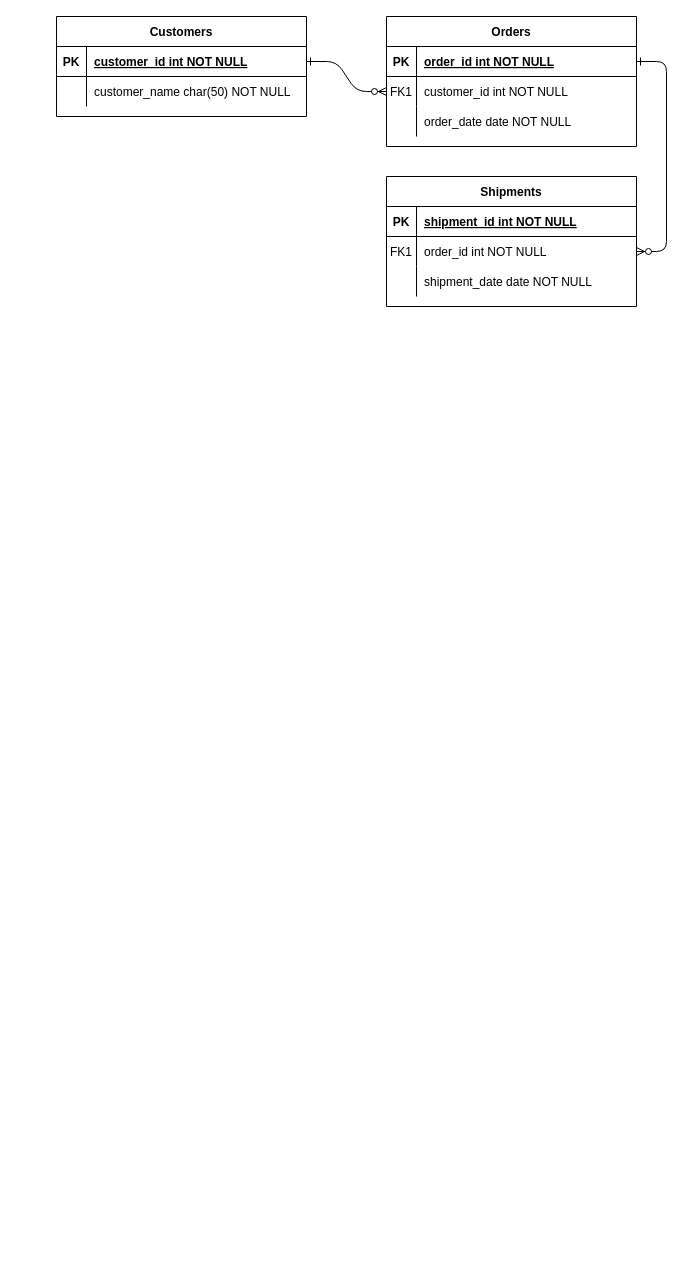
The draw.io diagram Untitled Diagram.drawio in RewardedOne/hello-wrld, before the edit. Source tidied: cells renumbered, new cells numbered last; positions are measured from the earlier drawing's top-left corner, leaving out a move shared by most shapes. Both pictures are drawn from the tidied source at 100%, with x=0, y=0 at pixel (56, 16).
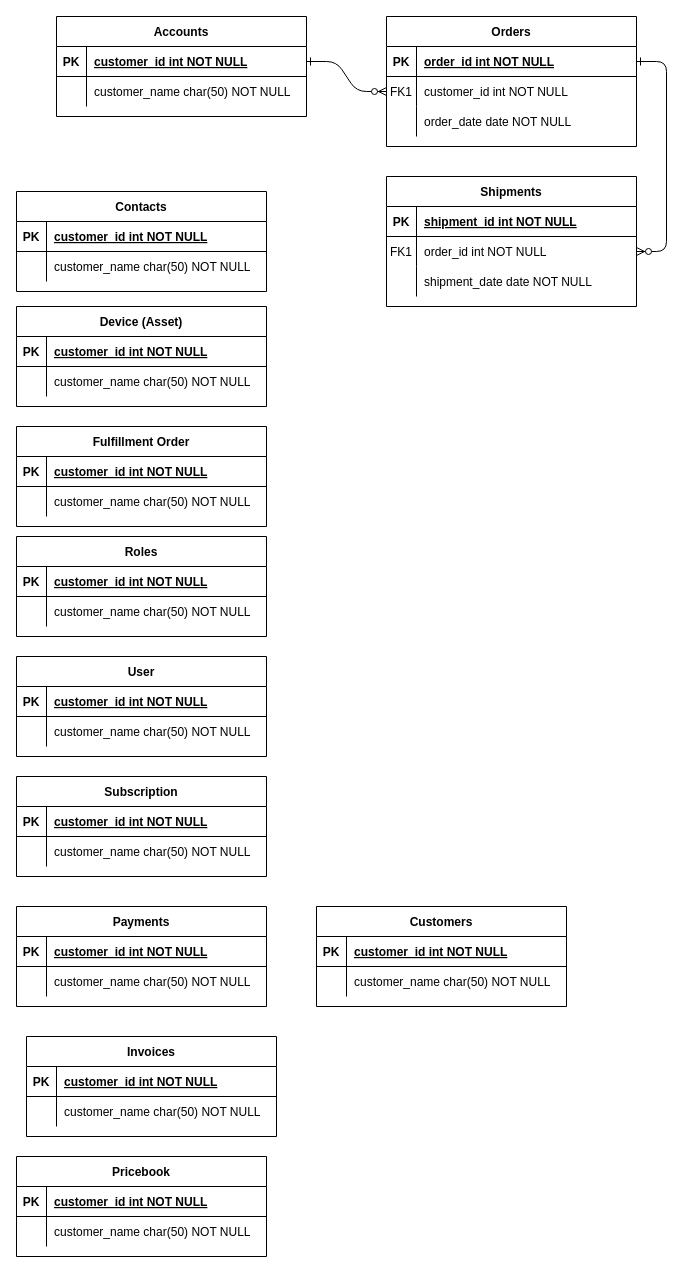
The same diagram, later.

The edit, as a diff of the source:
```diff
@@
-    <mxCell id="24" value="Customers" style="shape=table;startSize=30;childLayout=tableLayout;rowLines=0;fontStyle=1;align=center;" parent="1" vertex="1">
+    <mxCell id="24" value="Accounts" style="shape=table;startSize=30;childLayout=tableLayout;rowLines=0;fontStyle=1;align=center;" parent="1" vertex="1">
       <mxGeometry width="250" height="100" as="geometry" />
     </mxCell>
@@
+    <mxCell id="31" value="Subscription" style="shape=table;startSize=30;childLayout=tableLayout;rowLines=0;fontStyle=1;align=center;" parent="1" vertex="1">
+      <mxGeometry x="-40" y="760" width="250" height="100" as="geometry" />
+    </mxCell>
+    <mxCell id="32" style="shape=partialRectangle;fillColor=none;top=0;left=0;right=0;bottom=1;" parent="31" vertex="1">
+      <mxGeometry y="30" width="250" height="30" as="geometry" />
+    </mxCell>
+    <mxCell id="33" value="PK" style="shape=partialRectangle;overflow=hidden;fillColor=none;top=0;left=0;bottom=0;right=0;fontStyle=1;" parent="32" vertex="1">
+      <mxGeometry width="30" height="30" as="geometry" />
+    </mxCell>
+    <mxCell id="34" value="customer_id int NOT NULL " style="shape=partialRectangle;overflow=hidden;fillColor=none;top=0;left=0;bottom=0;right=0;align=left;spacingLeft=6;fontStyle=5;" parent="32" vertex="1">
+      <mxGeometry x="30" width="220" height="30" as="geometry" />
+    </mxCell>
+    <mxCell id="35" style="shape=partialRectangle;fillColor=none;top=0;left=0;right=0;bottom=0;" parent="31" vertex="1">
+      <mxGeometry y="60" width="250" height="30" as="geometry" />
+    </mxCell>
+    <mxCell id="36" style="shape=partialRectangle;overflow=hidden;fillColor=none;top=0;left=0;bottom=0;right=0;" parent="35" vertex="1">
+      <mxGeometry width="30" height="30" as="geometry" />
+    </mxCell>
+    <mxCell id="37" value="customer_name char(50) NOT NULL" style="shape=partialRectangle;overflow=hidden;fillColor=none;top=0;left=0;bottom=0;right=0;align=left;spacingLeft=6;" parent="35" vertex="1">
+      <mxGeometry x="30" width="220" height="30" as="geometry" />
+    </mxCell>
+    <mxCell id="38" value="User" style="shape=table;startSize=30;childLayout=tableLayout;rowLines=0;fontStyle=1;align=center;" parent="1" vertex="1">
+      <mxGeometry x="-40" y="640" width="250" height="100" as="geometry" />
+    </mxCell>
+    <mxCell id="39" style="shape=partialRectangle;fillColor=none;top=0;left=0;right=0;bottom=1;" parent="38" vertex="1">
+      <mxGeometry y="30" width="250" height="30" as="geometry" />
+    </mxCell>
+    <mxCell id="40" value="PK" style="shape=partialRectangle;overflow=hidden;fillColor=none;top=0;left=0;bottom=0;right=0;fontStyle=1;" parent="39" vertex="1">
+      <mxGeometry width="30" height="30" as="geometry" />
+    </mxCell>
+    <mxCell id="41" value="customer_id int NOT NULL " style="shape=partialRectangle;overflow=hidden;fillColor=none;top=0;left=0;bottom=0;right=0;align=left;spacingLeft=6;fontStyle=5;" parent="39" vertex="1">
+      <mxGeometry x="30" width="220" height="30" as="geometry" />
+    </mxCell>
+    <mxCell id="42" style="shape=partialRectangle;fillColor=none;top=0;left=0;right=0;bottom=0;" parent="38" vertex="1">
+      <mxGeometry y="60" width="250" height="30" as="geometry" />
+    </mxCell>
+    <mxCell id="43" style="shape=partialRectangle;overflow=hidden;fillColor=none;top=0;left=0;bottom=0;right=0;" parent="42" vertex="1">
+      <mxGeometry width="30" height="30" as="geometry" />
+    </mxCell>
+    <mxCell id="44" value="customer_name char(50) NOT NULL" style="shape=partialRectangle;overflow=hidden;fillColor=none;top=0;left=0;bottom=0;right=0;align=left;spacingLeft=6;" parent="42" vertex="1">
+      <mxGeometry x="30" width="220" height="30" as="geometry" />
+    </mxCell>
+    <mxCell id="45" value="Roles" style="shape=table;startSize=30;childLayout=tableLayout;rowLines=0;fontStyle=1;align=center;" parent="1" vertex="1">
+      <mxGeometry x="-40" y="520" width="250" height="100" as="geometry" />
+    </mxCell>
+    <mxCell id="46" style="shape=partialRectangle;fillColor=none;top=0;left=0;right=0;bottom=1;" parent="45" vertex="1">
+      <mxGeometry y="30" width="250" height="30" as="geometry" />
+    </mxCell>
+    <mxCell id="47" value="PK" style="shape=partialRectangle;overflow=hidden;fillColor=none;top=0;left=0;bottom=0;right=0;fontStyle=1;" parent="46" vertex="1">
+      <mxGeometry width="30" height="30" as="geometry" />
+    </mxCell>
+    <mxCell id="48" value="customer_id int NOT NULL " style="shape=partialRectangle;overflow=hidden;fillColor=none;top=0;left=0;bottom=0;right=0;align=left;spacingLeft=6;fontStyle=5;" parent="46" vertex="1">
+      <mxGeometry x="30" width="220" height="30" as="geometry" />
+    </mxCell>
+    <mxCell id="49" style="shape=partialRectangle;fillColor=none;top=0;left=0;right=0;bottom=0;" parent="45" vertex="1">
+      <mxGeometry y="60" width="250" height="30" as="geometry" />
+    </mxCell>
+    <mxCell id="50" style="shape=partialRectangle;overflow=hidden;fillColor=none;top=0;left=0;bottom=0;right=0;" parent="49" vertex="1">
+      <mxGeometry width="30" height="30" as="geometry" />
+    </mxCell>
+    <mxCell id="51" value="customer_name char(50) NOT NULL" style="shape=partialRectangle;overflow=hidden;fillColor=none;top=0;left=0;bottom=0;right=0;align=left;spacingLeft=6;" parent="49" vertex="1">
+      <mxGeometry x="30" width="220" height="30" as="geometry" />
+    </mxCell>
+    <mxCell id="52" value="Contacts" style="shape=table;startSize=30;childLayout=tableLayout;rowLines=0;fontStyle=1;align=center;" parent="1" vertex="1">
+      <mxGeometry x="-40" y="175" width="250" height="100" as="geometry" />
+    </mxCell>
+    <mxCell id="53" style="shape=partialRectangle;fillColor=none;top=0;left=0;right=0;bottom=1;" parent="52" vertex="1">
+      <mxGeometry y="30" width="250" height="30" as="geometry" />
+    </mxCell>
+    <mxCell id="54" value="PK" style="shape=partialRectangle;overflow=hidden;fillColor=none;top=0;left=0;bottom=0;right=0;fontStyle=1;" parent="53" vertex="1">
+      <mxGeometry width="30" height="30" as="geometry" />
+    </mxCell>
+    <mxCell id="55" value="customer_id int NOT NULL " style="shape=partialRectangle;overflow=hidden;fillColor=none;top=0;left=0;bottom=0;right=0;align=left;spacingLeft=6;fontStyle=5;" parent="53" vertex="1">
+      <mxGeometry x="30" width="220" height="30" as="geometry" />
+    </mxCell>
+    <mxCell id="56" style="shape=partialRectangle;fillColor=none;top=0;left=0;right=0;bottom=0;" parent="52" vertex="1">
+      <mxGeometry y="60" width="250" height="30" as="geometry" />
+    </mxCell>
+    <mxCell id="57" style="shape=partialRectangle;overflow=hidden;fillColor=none;top=0;left=0;bottom=0;right=0;" parent="56" vertex="1">
+      <mxGeometry width="30" height="30" as="geometry" />
+    </mxCell>
+    <mxCell id="58" value="customer_name char(50) NOT NULL" style="shape=partialRectangle;overflow=hidden;fillColor=none;top=0;left=0;bottom=0;right=0;align=left;spacingLeft=6;" parent="56" vertex="1">
+      <mxGeometry x="30" width="220" height="30" as="geometry" />
+    </mxCell>
+    <mxCell id="59" value="Device (Asset)" style="shape=table;startSize=30;childLayout=tableLayout;rowLines=0;fontStyle=1;align=center;" parent="1" vertex="1">
+      <mxGeometry x="-40" y="290" width="250" height="100" as="geometry" />
+    </mxCell>
+    <mxCell id="60" style="shape=partialRectangle;fillColor=none;top=0;left=0;right=0;bottom=1;" parent="59" vertex="1">
+      <mxGeometry y="30" width="250" height="30" as="geometry" />
+    </mxCell>
+    <mxCell id="61" value="PK" style="shape=partialRectangle;overflow=hidden;fillColor=none;top=0;left=0;bottom=0;right=0;fontStyle=1;" parent="60" vertex="1">
+      <mxGeometry width="30" height="30" as="geometry" />
+    </mxCell>
+    <mxCell id="62" value="customer_id int NOT NULL " style="shape=partialRectangle;overflow=hidden;fillColor=none;top=0;left=0;bottom=0;right=0;align=left;spacingLeft=6;fontStyle=5;" parent="60" vertex="1">
+      <mxGeometry x="30" width="220" height="30" as="geometry" />
+    </mxCell>
+    <mxCell id="63" style="shape=partialRectangle;fillColor=none;top=0;left=0;right=0;bottom=0;" parent="59" vertex="1">
+      <mxGeometry y="60" width="250" height="30" as="geometry" />
+    </mxCell>
+    <mxCell id="64" style="shape=partialRectangle;overflow=hidden;fillColor=none;top=0;left=0;bottom=0;right=0;" parent="63" vertex="1">
+      <mxGeometry width="30" height="30" as="geometry" />
+    </mxCell>
+    <mxCell id="65" value="customer_name char(50) NOT NULL" style="shape=partialRectangle;overflow=hidden;fillColor=none;top=0;left=0;bottom=0;right=0;align=left;spacingLeft=6;" parent="63" vertex="1">
+      <mxGeometry x="30" width="220" height="30" as="geometry" />
+    </mxCell>
+    <mxCell id="66" value="Fulfillment Order" style="shape=table;startSize=30;childLayout=tableLayout;rowLines=0;fontStyle=1;align=center;" parent="1" vertex="1">
+      <mxGeometry x="-40" y="410" width="250" height="100" as="geometry" />
+    </mxCell>
+    <mxCell id="67" style="shape=partialRectangle;fillColor=none;top=0;left=0;right=0;bottom=1;" parent="66" vertex="1">
+      <mxGeometry y="30" width="250" height="30" as="geometry" />
+    </mxCell>
+    <mxCell id="68" value="PK" style="shape=partialRectangle;overflow=hidden;fillColor=none;top=0;left=0;bottom=0;right=0;fontStyle=1;" parent="67" vertex="1">
+      <mxGeometry width="30" height="30" as="geometry" />
+    </mxCell>
+    <mxCell id="69" value="customer_id int NOT NULL " style="shape=partialRectangle;overflow=hidden;fillColor=none;top=0;left=0;bottom=0;right=0;align=left;spacingLeft=6;fontStyle=5;" parent="67" vertex="1">
+      <mxGeometry x="30" width="220" height="30" as="geometry" />
+    </mxCell>
+    <mxCell id="70" style="shape=partialRectangle;fillColor=none;top=0;left=0;right=0;bottom=0;" parent="66" vertex="1">
+      <mxGeometry y="60" width="250" height="30" as="geometry" />
+    </mxCell>
+    <mxCell id="71" style="shape=partialRectangle;overflow=hidden;fillColor=none;top=0;left=0;bottom=0;right=0;" parent="70" vertex="1">
+      <mxGeometry width="30" height="30" as="geometry" />
+    </mxCell>
+    <mxCell id="72" value="customer_name char(50) NOT NULL" style="shape=partialRectangle;overflow=hidden;fillColor=none;top=0;left=0;bottom=0;right=0;align=left;spacingLeft=6;" parent="70" vertex="1">
+      <mxGeometry x="30" width="220" height="30" as="geometry" />
+    </mxCell>
+    <mxCell id="73" value="Payments" style="shape=table;startSize=30;childLayout=tableLayout;rowLines=0;fontStyle=1;align=center;" parent="1" vertex="1">
+      <mxGeometry x="-40" y="890" width="250" height="100" as="geometry" />
+    </mxCell>
+    <mxCell id="74" style="shape=partialRectangle;fillColor=none;top=0;left=0;right=0;bottom=1;" parent="73" vertex="1">
+      <mxGeometry y="30" width="250" height="30" as="geometry" />
+    </mxCell>
+    <mxCell id="75" value="PK" style="shape=partialRectangle;overflow=hidden;fillColor=none;top=0;left=0;bottom=0;right=0;fontStyle=1;" parent="74" vertex="1">
+      <mxGeometry width="30" height="30" as="geometry" />
+    </mxCell>
+    <mxCell id="76" value="customer_id int NOT NULL " style="shape=partialRectangle;overflow=hidden;fillColor=none;top=0;left=0;bottom=0;right=0;align=left;spacingLeft=6;fontStyle=5;" parent="74" vertex="1">
+      <mxGeometry x="30" width="220" height="30" as="geometry" />
+    </mxCell>
+    <mxCell id="77" style="shape=partialRectangle;fillColor=none;top=0;left=0;right=0;bottom=0;" parent="73" vertex="1">
+      <mxGeometry y="60" width="250" height="30" as="geometry" />
+    </mxCell>
+    <mxCell id="78" style="shape=partialRectangle;overflow=hidden;fillColor=none;top=0;left=0;bottom=0;right=0;" parent="77" vertex="1">
+      <mxGeometry width="30" height="30" as="geometry" />
+    </mxCell>
+    <mxCell id="79" value="customer_name char(50) NOT NULL" style="shape=partialRectangle;overflow=hidden;fillColor=none;top=0;left=0;bottom=0;right=0;align=left;spacingLeft=6;" parent="77" vertex="1">
+      <mxGeometry x="30" width="220" height="30" as="geometry" />
+    </mxCell>
+    <mxCell id="80" value="Invoices" style="shape=table;startSize=30;childLayout=tableLayout;rowLines=0;fontStyle=1;align=center;" parent="1" vertex="1">
+      <mxGeometry x="-30" y="1020" width="250" height="100" as="geometry" />
+    </mxCell>
+    <mxCell id="81" style="shape=partialRectangle;fillColor=none;top=0;left=0;right=0;bottom=1;" parent="80" vertex="1">
+      <mxGeometry y="30" width="250" height="30" as="geometry" />
+    </mxCell>
+    <mxCell id="82" value="PK" style="shape=partialRectangle;overflow=hidden;fillColor=none;top=0;left=0;bottom=0;right=0;fontStyle=1;" parent="81" vertex="1">
+      <mxGeometry width="30" height="30" as="geometry" />
+    </mxCell>
+    <mxCell id="83" value="customer_id int NOT NULL " style="shape=partialRectangle;overflow=hidden;fillColor=none;top=0;left=0;bottom=0;right=0;align=left;spacingLeft=6;fontStyle=5;" parent="81" vertex="1">
+      <mxGeometry x="30" width="220" height="30" as="geometry" />
+    </mxCell>
+    <mxCell id="84" style="shape=partialRectangle;fillColor=none;top=0;left=0;right=0;bottom=0;" parent="80" vertex="1">
+      <mxGeometry y="60" width="250" height="30" as="geometry" />
+    </mxCell>
+    <mxCell id="85" style="shape=partialRectangle;overflow=hidden;fillColor=none;top=0;left=0;bottom=0;right=0;" parent="84" vertex="1">
+      <mxGeometry width="30" height="30" as="geometry" />
+    </mxCell>
+    <mxCell id="86" value="customer_name char(50) NOT NULL" style="shape=partialRectangle;overflow=hidden;fillColor=none;top=0;left=0;bottom=0;right=0;align=left;spacingLeft=6;" parent="84" vertex="1">
+      <mxGeometry x="30" width="220" height="30" as="geometry" />
+    </mxCell>
+    <mxCell id="87" value="Customers" style="shape=table;startSize=30;childLayout=tableLayout;rowLines=0;fontStyle=1;align=center;" parent="1" vertex="1">
+      <mxGeometry x="260" y="890" width="250" height="100" as="geometry" />
+    </mxCell>
+    <mxCell id="88" style="shape=partialRectangle;fillColor=none;top=0;left=0;right=0;bottom=1;" parent="87" vertex="1">
+      <mxGeometry y="30" width="250" height="30" as="geometry" />
+    </mxCell>
+    <mxCell id="89" value="PK" style="shape=partialRectangle;overflow=hidden;fillColor=none;top=0;left=0;bottom=0;right=0;fontStyle=1;" parent="88" vertex="1">
+      <mxGeometry width="30" height="30" as="geometry" />
+    </mxCell>
+    <mxCell id="90" value="customer_id int NOT NULL " style="shape=partialRectangle;overflow=hidden;fillColor=none;top=0;left=0;bottom=0;right=0;align=left;spacingLeft=6;fontStyle=5;" parent="88" vertex="1">
+      <mxGeometry x="30" width="220" height="30" as="geometry" />
+    </mxCell>
+    <mxCell id="91" style="shape=partialRectangle;fillColor=none;top=0;left=0;right=0;bottom=0;" parent="87" vertex="1">
+      <mxGeometry y="60" width="250" height="30" as="geometry" />
+    </mxCell>
+    <mxCell id="92" style="shape=partialRectangle;overflow=hidden;fillColor=none;top=0;left=0;bottom=0;right=0;" parent="91" vertex="1">
+      <mxGeometry width="30" height="30" as="geometry" />
+    </mxCell>
+    <mxCell id="93" value="customer_name char(50) NOT NULL" style="shape=partialRectangle;overflow=hidden;fillColor=none;top=0;left=0;bottom=0;right=0;align=left;spacingLeft=6;" parent="91" vertex="1">
+      <mxGeometry x="30" width="220" height="30" as="geometry" />
+    </mxCell>
+    <mxCell id="94" value="Pricebook" style="shape=table;startSize=30;childLayout=tableLayout;rowLines=0;fontStyle=1;align=center;" parent="1" vertex="1">
+      <mxGeometry x="-40" y="1140" width="250" height="100" as="geometry" />
+    </mxCell>
+    <mxCell id="95" style="shape=partialRectangle;fillColor=none;top=0;left=0;right=0;bottom=1;" parent="94" vertex="1">
+      <mxGeometry y="30" width="250" height="30" as="geometry" />
+    </mxCell>
+    <mxCell id="96" value="PK" style="shape=partialRectangle;overflow=hidden;fillColor=none;top=0;left=0;bottom=0;right=0;fontStyle=1;" parent="95" vertex="1">
+      <mxGeometry width="30" height="30" as="geometry" />
+    </mxCell>
+    <mxCell id="97" value="customer_id int NOT NULL " style="shape=partialRectangle;overflow=hidden;fillColor=none;top=0;left=0;bottom=0;right=0;align=left;spacingLeft=6;fontStyle=5;" parent="95" vertex="1">
+      <mxGeometry x="30" width="220" height="30" as="geometry" />
+    </mxCell>
+    <mxCell id="98" style="shape=partialRectangle;fillColor=none;top=0;left=0;right=0;bottom=0;" parent="94" vertex="1">
+      <mxGeometry y="60" width="250" height="30" as="geometry" />
+    </mxCell>
+    <mxCell id="99" style="shape=partialRectangle;overflow=hidden;fillColor=none;top=0;left=0;bottom=0;right=0;" parent="98" vertex="1">
+      <mxGeometry width="30" height="30" as="geometry" />
+    </mxCell>
+    <mxCell id="100" value="customer_name char(50) NOT NULL" style="shape=partialRectangle;overflow=hidden;fillColor=none;top=0;left=0;bottom=0;right=0;align=left;spacingLeft=6;" parent="98" vertex="1">
+      <mxGeometry x="30" width="220" height="30" as="geometry" />
+    </mxCell>
```
